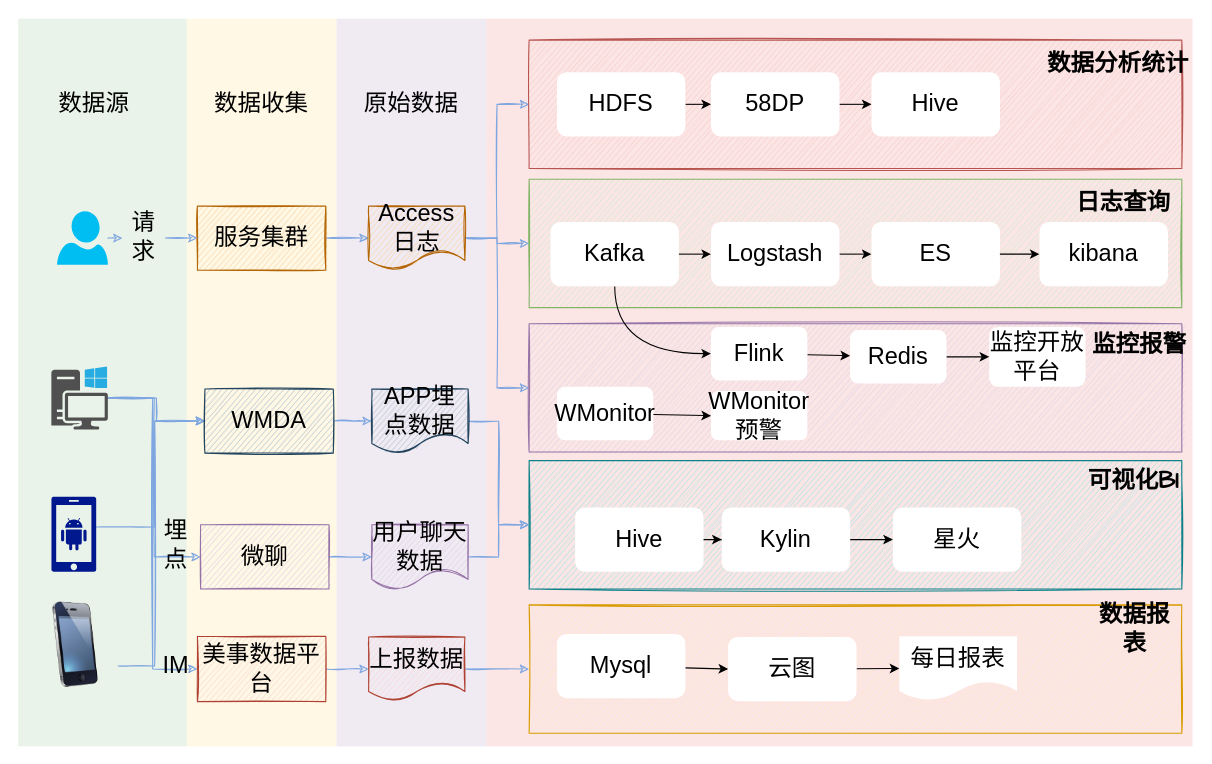
Before: page "Page-2" (2 of 13) of shuzhi.drawio in nullbull/uml, a draw.io diagram. Source tidied: cells renumbered, new cells numbered last; positions are measured from the earlier drawing's top-left corner, leaving out a move shared by most shapes. Both pictures are drawn from the tidied source at 107%, with x=0, y=0 at pixel (18, 18).
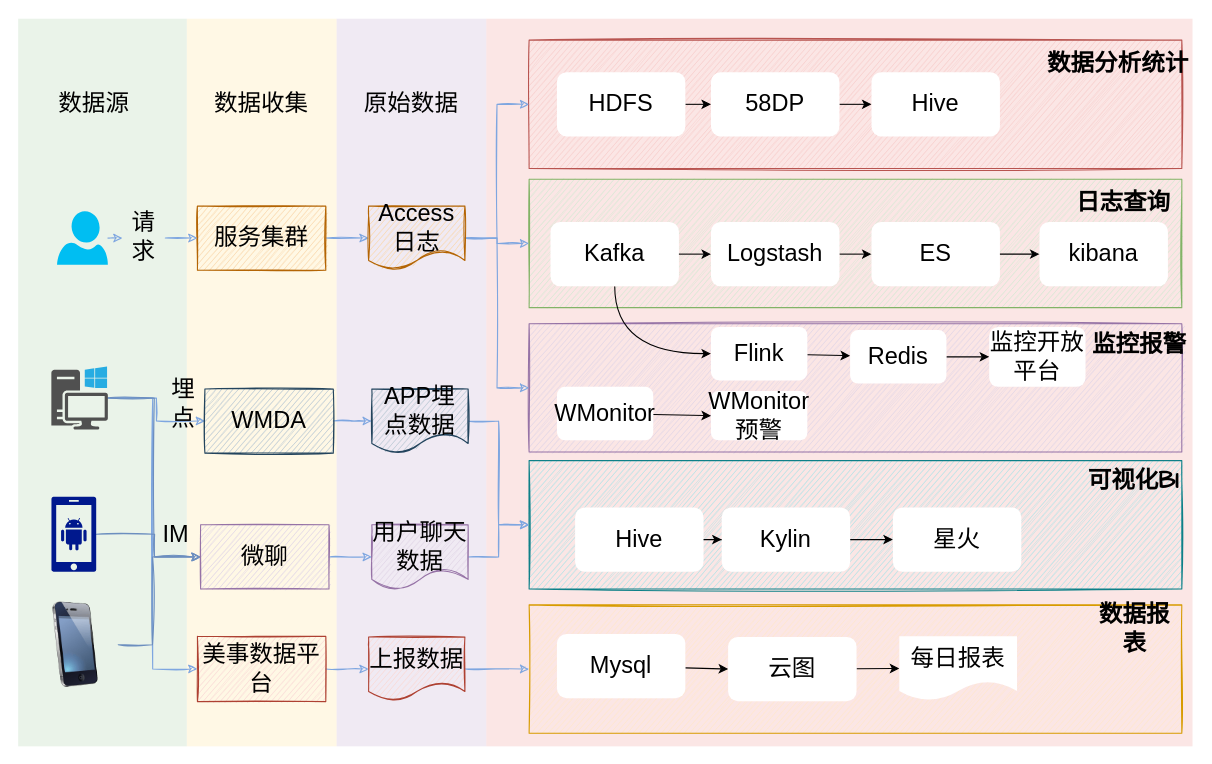
The same page after the edit.

The change refers to these unchanged cells:
```xml
<mxCell id="36" style="shadow=0;dashed=0;html=1;strokeColor=none;fillColor=#505050;labelPosition=center;verticalLabelPosition=bottom;verticalAlign=top;outlineConnect=0;align=center;shape=mxgraph.office.devices.workstation_pc;sketch=0;fontSize=22;" parent="1" vertex="1">
  <mxGeometry x="30.5" y="325" width="52.8" height="59" as="geometry" />
</mxCell>
<mxCell id="38" style="shadow=0;dashed=0;html=1;strokeColor=none;labelPosition=center;verticalLabelPosition=bottom;verticalAlign=top;align=center;fillColor=#00188D;shape=mxgraph.mscae.enterprise.android_phone;sketch=0;fontSize=22;" parent="1" vertex="1">
  <mxGeometry x="30.5" y="446.8" width="42" height="70" as="geometry" />
</mxCell>
<mxCell id="40" style="image;html=1;image=img/lib/clip_art/telecommunication/iPhone_128x128.png;sketch=0;strokeColor=#000000;fontSize=22;" parent="1" vertex="1">
  <mxGeometry x="13" y="545" width="80" height="80" as="geometry" />
</mxCell>
<mxCell id="42" value="美事数据平台" style="rounded=0;whiteSpace=wrap;html=1;sketch=1;strokeColor=#ae4132;shadow=0;fontSize=22;fillColor=#fad9d5;" parent="1" vertex="1">
  <mxGeometry x="167" y="577.2" width="120" height="61" as="geometry" />
</mxCell>
<mxCell id="44" value="WMDA" style="rounded=0;whiteSpace=wrap;html=1;sketch=1;strokeColor=#23445d;shadow=0;fontSize=22;fillColor=#bac8d3;" parent="1" vertex="1">
  <mxGeometry x="174" y="346" width="120" height="60" as="geometry" />
</mxCell>
<mxCell id="61" value="微聊" style="rounded=0;whiteSpace=wrap;html=1;sketch=1;strokeColor=#9673a6;shadow=0;fontSize=22;fillColor=#e1d5e7;" parent="1" vertex="1">
  <mxGeometry x="170" y="473" width="120" height="60" as="geometry" />
</mxCell>
```

The edit, as a diff of the source:
```diff
@@
+    <mxCell id="35" style="edgeStyle=orthogonalEdgeStyle;rounded=0;sketch=1;jettySize=auto;html=1;entryX=0;entryY=0.5;entryDx=0;entryDy=0;strokeColor=#7EA6E0;fontSize=22;" parent="1" edge="1" source="36" target="42">
+      <mxGeometry relative="1" as="geometry" />
+    </mxCell>
-    <mxCell id="34" style="edgeStyle=orthogonalEdgeStyle;rounded=0;sketch=1;jettySize=auto;html=1;entryX=0;entryY=0.5;entryDx=0;entryDy=0;strokeColor=#7EA6E0;fontSize=22;" parent="1" edge="1" source="36" target="61">
+    <mxCell id="34" style="edgeStyle=orthogonalEdgeStyle;rounded=0;jettySize=auto;html=1;entryX=0;entryY=0.5;entryDx=0;entryDy=0;fillColor=#dae8fc;strokeColor=#6c8ebf;sketch=1;" parent="1" edge="1" source="36" target="61">
       <mxGeometry relative="1" as="geometry" />
     </mxCell>
-    <mxCell id="35" style="edgeStyle=orthogonalEdgeStyle;rounded=0;sketch=1;jettySize=auto;html=1;entryX=0;entryY=0.5;entryDx=0;entryDy=0;strokeColor=#7EA6E0;fontSize=22;" parent="1" edge="1" source="36" target="42">
-      <mxGeometry relative="1" as="geometry" />
-    </mxCell>
@@
-    <mxCell id="37" style="edgeStyle=orthogonalEdgeStyle;rounded=0;sketch=1;jettySize=auto;html=1;entryX=0;entryY=0.5;entryDx=0;entryDy=0;strokeColor=#7EA6E0;fontSize=22;" parent="1" edge="1" source="38" target="44">
-      <mxGeometry relative="1" as="geometry">
-        <Array as="points">
-          <mxPoint x="127" y="475" />
-          <mxPoint x="127" y="376" />
-        </Array>
-      </mxGeometry>
-    </mxCell>
+    <mxCell id="83" style="edgeStyle=orthogonalEdgeStyle;rounded=0;sketch=1;jettySize=auto;html=1;entryX=0;entryY=0.5;entryDx=0;entryDy=0;fillColor=#dae8fc;strokeColor=#6c8ebf;" parent="1" edge="1" source="38" target="61">
+      <mxGeometry relative="1" as="geometry">
+        <Array as="points">
+          <mxPoint x="127" y="482" />
+          <mxPoint x="127" y="503" />
+        </Array>
+      </mxGeometry>
+    </mxCell>
@@
-    <mxCell id="39" style="edgeStyle=orthogonalEdgeStyle;rounded=0;sketch=1;jettySize=auto;html=1;entryX=0;entryY=0.5;entryDx=0;entryDy=0;strokeColor=#7EA6E0;exitX=1;exitY=0.75;exitDx=0;exitDy=0;fontSize=22;" parent="1" edge="1" source="40" target="44">
-      <mxGeometry relative="1" as="geometry">
-        <Array as="points">
-          <mxPoint x="127" y="605" />
-          <mxPoint x="127" y="376" />
-        </Array>
-      </mxGeometry>
-    </mxCell>
+    <mxCell id="84" style="edgeStyle=orthogonalEdgeStyle;rounded=0;sketch=1;jettySize=auto;html=1;entryX=0;entryY=0.5;entryDx=0;entryDy=0;fillColor=#dae8fc;strokeColor=#6c8ebf;" parent="1" edge="1" source="40" target="61">
+      <mxGeometry relative="1" as="geometry">
+        <Array as="points">
+          <mxPoint x="125" y="585" />
+          <mxPoint x="125" y="503" />
+        </Array>
+      </mxGeometry>
+    </mxCell>
@@
-    <mxCell id="62" value="埋点" style="text;html=1;strokeColor=none;fillColor=none;align=center;verticalAlign=middle;whiteSpace=wrap;rounded=0;sketch=0;fontSize=22;" parent="1" vertex="1">
-      <mxGeometry x="127" y="482.2" width="40" height="20" as="geometry" />
-    </mxCell>
-    <mxCell id="63" value="IM" style="text;html=1;strokeColor=none;fillColor=none;align=center;verticalAlign=middle;whiteSpace=wrap;rounded=0;sketch=0;fontSize=22;" parent="1" vertex="1">
-      <mxGeometry x="127" y="595" width="40" height="20" as="geometry" />
-    </mxCell>
@@
+    <mxCell id="62" value="&lt;font style=&quot;font-size: 22px&quot;&gt;埋点&lt;/font&gt;" style="text;html=1;strokeColor=none;fillColor=none;align=center;verticalAlign=middle;whiteSpace=wrap;rounded=0;" parent="1" vertex="1">
+      <mxGeometry x="134" y="350" width="40" height="20" as="geometry" />
+    </mxCell>
+    <mxCell id="63" value="IM" style="text;html=1;strokeColor=none;fillColor=none;align=center;verticalAlign=middle;whiteSpace=wrap;rounded=0;fontSize=22;" parent="1" vertex="1">
+      <mxGeometry x="127" y="473" width="40" height="20" as="geometry" />
+    </mxCell>
```
